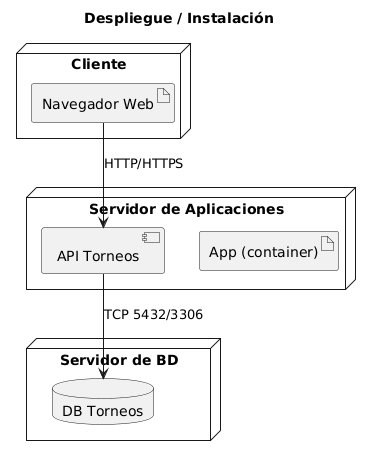
Cfabiola25/siget keeps this PlantUML diagram as modeling-and-docs/uml/export/deployment.png. Above is the earlier version.
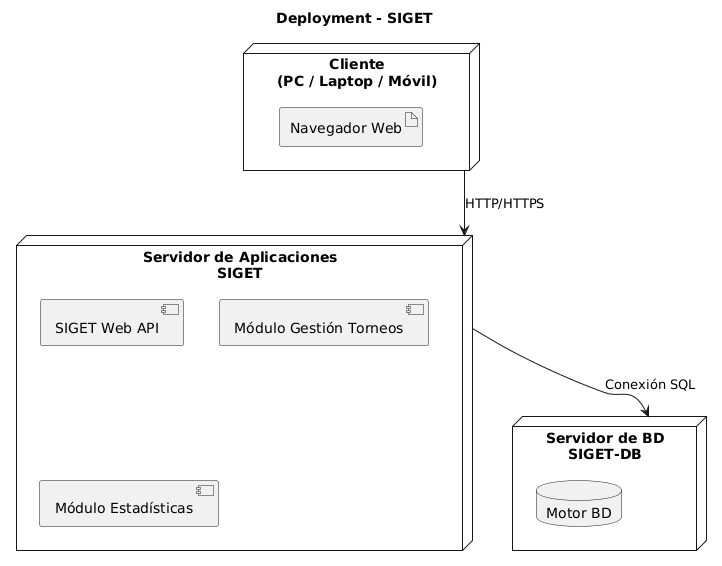
After the change.

What changed in the source:
```diff
@@ -1,16 +1,20 @@
 @startuml
-title Despliegue / Instalación
-node "Cliente" {
+title Deployment - SIGET
+
+node "Cliente\n(PC / Laptop / Móvil)" as Client {
   artifact "Navegador Web"
 }
-node "Servidor de Aplicaciones" {
-  component "API Torneos"
-  artifact "App (container)"
-}
-node "Servidor de BD" {
-  database "DB Torneos"
+
+node "Servidor de Aplicaciones\nSIGET" as App {
+  component "SIGET Web API"
+  component "Módulo Gestión Torneos"
+  component "Módulo Estadísticas"
 }
 
-"Navegador Web" --> "API Torneos" : HTTP/HTTPS
-"API Torneos" --> "DB Torneos" : TCP 5432/3306
+node "Servidor de BD\nSIGET-DB" as DB {
+  database "Motor BD"
+}
+
+Client --> App : HTTP/HTTPS
+App --> DB : Conexión SQL
 @enduml
```
